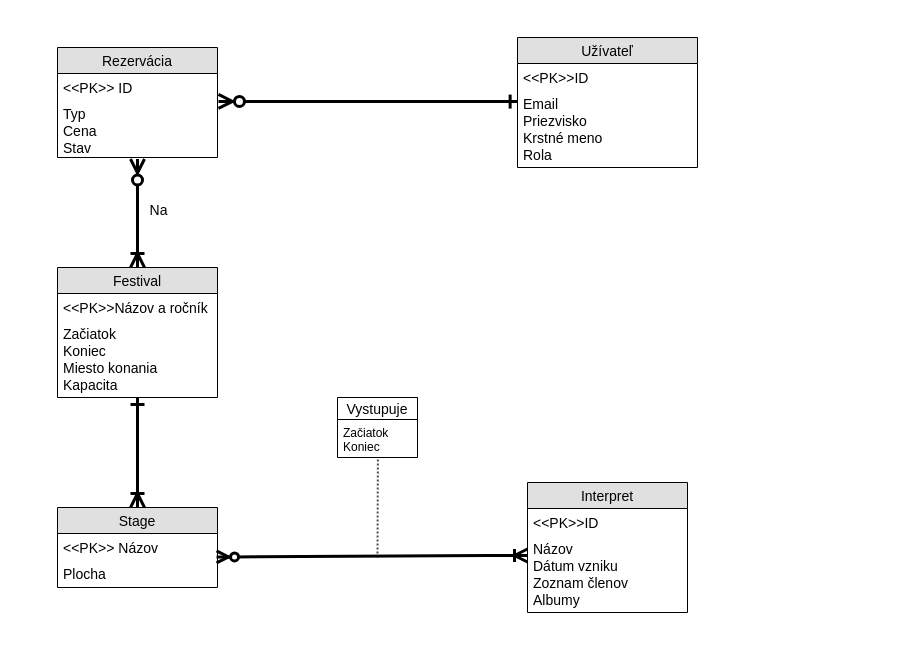
This is IIS ERD.drawio from Sevin556/IIS-Project, a draw.io file, before an edit. Source tidied: cells renumbered, new cells numbered last; positions are measured from the earlier drawing's top-left corner, leaving out a move shared by most shapes. Both pictures are drawn from the tidied source at 100%, with x=0, y=0 at pixel (57, 37).
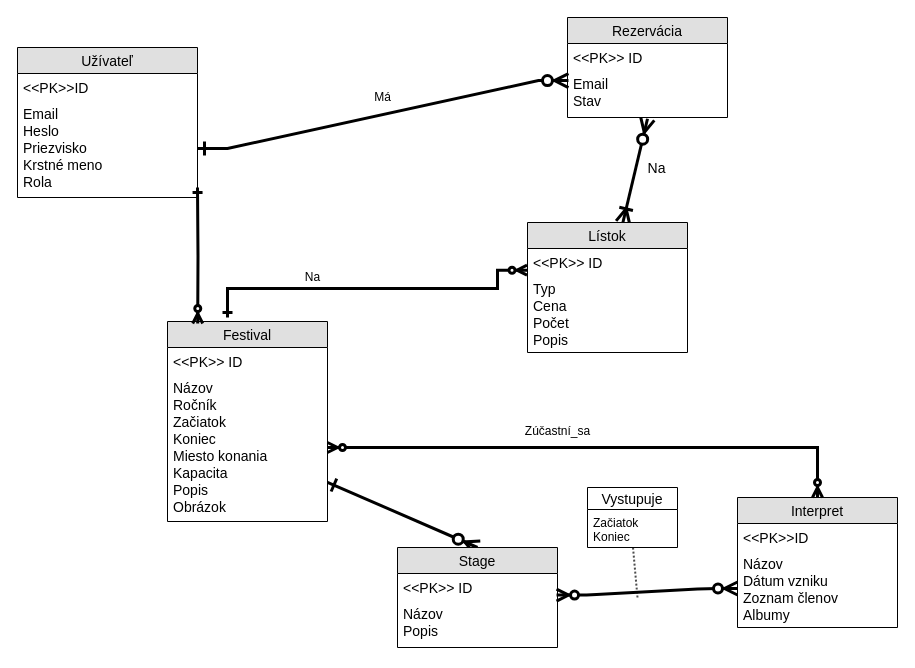
The same page after the edit.

The change refers to these unchanged cells:
```xml
<mxCell id="24" value="Názov&#10;Dátum vzniku&#10;Zoznam členov&#10;Albumy" style="text;strokeColor=none;fillColor=none;spacingLeft=4;spacingRight=4;overflow=hidden;points=[[0,0.5],[1,0.5]];portConstraint=eastwest;fontSize=14;" parent="22" vertex="1">
  <mxGeometry y="52" width="160" height="78" as="geometry" />
</mxCell>
```

What changed in the source:
```diff
@@
-    <mxCell id="2" style="jettySize=auto;html=1;exitX=0.5;exitY=0;exitDx=0;exitDy=0;startArrow=ERoneToMany;startSize=10;endArrow=ERone;endSize=10;strokeWidth=3;fontSize=12;endFill=0;" parent="1" edge="1" source="6" target="21">
+    <mxCell id="2" style="jettySize=auto;html=1;exitX=0.5;exitY=0;exitDx=0;exitDy=0;startArrow=ERzeroToMany;startSize=10;endArrow=ERone;endSize=10;strokeWidth=3;fontSize=12;endFill=0;startFill=1;" parent="1" edge="1" source="6" target="21">
       <mxGeometry relative="1" as="geometry" />
     </mxCell>
-    <mxCell id="3" style="fontSize=12;html=1;endArrow=ERoneToMany;startArrow=ERzeroToMany;strokeWidth=3;endSize=10;startSize=10;entryX=0.5;entryY=0;entryDx=0;entryDy=0;rounded=0;exitX=0.5;exitY=1.026;exitDx=0;exitDy=0;exitPerimeter=0;startFill=1;" parent="1" edge="1" source="12" target="19">
+    <mxCell id="3" style="fontSize=12;html=1;endArrow=ERoneToMany;startArrow=ERzeroToMany;strokeWidth=3;endSize=10;startSize=10;exitX=0.5;exitY=1.026;exitDx=0;exitDy=0;exitPerimeter=0;startFill=1;endFill=0;rounded=0;jumpStyle=none;" parent="1" edge="1" source="12" target="26">
       <mxGeometry relative="1" as="geometry" />
     </mxCell>
@@
     <mxCell id="5" style="rounded=0;jettySize=auto;html=1;startSize=8;endArrow=none;endFill=0;endSize=9;strokeWidth=2;fontSize=14;dashed=1;dashPattern=1 1;strokeColor=#4D4D4D;entryX=0.505;entryY=0.984;entryDx=0;entryDy=0;entryPerimeter=0;" parent="1" edge="1" target="18">
       <mxGeometry relative="1" as="geometry">
-        <mxPoint x="320" y="520" as="sourcePoint" />
+        <mxPoint x="580" y="560" as="sourcePoint" />
       </mxGeometry>
     </mxCell>
     <mxCell id="6" value="Stage" style="swimlane;fontStyle=0;horizontal=1;startSize=26;fillColor=#e0e0e0;swimlaneFillColor=#ffffff;align=center;fontSize=14;" parent="1" vertex="1">
-      <mxGeometry y="470" width="160" height="80" as="geometry" />
+      <mxGeometry x="340" y="510" width="160" height="100" as="geometry" />
     </mxCell>
-    <mxCell id="7" value="&lt;&lt;PK&gt;&gt; Názov" style="text;strokeColor=none;fillColor=none;spacingLeft=4;spacingRight=4;overflow=hidden;fontSize=14;" parent="6" vertex="1">
+    <mxCell id="7" value="&lt;&lt;PK&gt;&gt; ID" style="text;strokeColor=none;fillColor=none;spacingLeft=4;spacingRight=4;overflow=hidden;fontSize=14;" parent="6" vertex="1">
       <mxGeometry y="26" width="160" height="26" as="geometry" />
     </mxCell>
-    <mxCell id="8" value="Plocha" style="text;strokeColor=none;fillColor=none;spacingLeft=4;spacingRight=4;overflow=hidden;points=[[0,0.5],[1,0.5]];portConstraint=eastwest;fontSize=14;" parent="6" vertex="1">
-      <mxGeometry y="52" width="160" height="28" as="geometry" />
+    <mxCell id="8" value="Názov&#10;Popis" style="text;strokeColor=none;fillColor=none;spacingLeft=4;spacingRight=4;overflow=hidden;points=[[0,0.5],[1,0.5]];portConstraint=eastwest;fontSize=14;" parent="6" vertex="1">
+      <mxGeometry y="52" width="160" height="48" as="geometry" />
     </mxCell>
-    <mxCell id="9" style="edgeStyle=entityRelationEdgeStyle;fontSize=12;html=1;endArrow=ERoneToMany;startArrow=ERzeroToMany;strokeWidth=3;endSize=9;startSize=8;exitX=0.994;exitY=-0.092;exitDx=0;exitDy=0;exitPerimeter=0;" parent="1" edge="1" source="8">
-      <mxGeometry relative="1" as="geometry">
-        <mxPoint x="470" y="518" as="targetPoint" />
-      </mxGeometry>
+    <mxCell id="9" style="edgeStyle=entityRelationEdgeStyle;fontSize=12;html=1;endArrow=ERzeroToMany;startArrow=ERzeroToMany;strokeWidth=3;endSize=9;startSize=8;exitX=0.994;exitY=-0.092;exitDx=0;exitDy=0;exitPerimeter=0;endFill=1;" parent="1" edge="1" source="8" target="24">
+      <mxGeometry relative="1" as="geometry" />
     </mxCell>
     <mxCell id="10" value="Rezervácia" style="swimlane;fontStyle=0;horizontal=1;startSize=26;fillColor=#e0e0e0;swimlaneFillColor=#ffffff;align=center;fontSize=14;" parent="1" vertex="1">
-      <mxGeometry y="10" width="160" height="110" as="geometry" />
+      <mxGeometry x="510" y="-20" width="160" height="100" as="geometry" />
     </mxCell>
@@
-    <mxCell id="12" value="Typ&#10;Cena&#10;Stav" style="text;strokeColor=none;fillColor=none;spacingLeft=4;spacingRight=4;overflow=hidden;points=[[0,0.5],[1,0.5]];portConstraint=eastwest;fontSize=14;" parent="10" vertex="1">
-      <mxGeometry y="52" width="160" height="58" as="geometry" />
+    <mxCell id="12" value="Email&#10;Stav" style="text;strokeColor=none;fillColor=none;spacingLeft=4;spacingRight=4;overflow=hidden;points=[[0,0.5],[1,0.5]];portConstraint=eastwest;fontSize=14;" parent="10" vertex="1">
+      <mxGeometry y="52" width="160" height="48" as="geometry" />
     </mxCell>
-    <mxCell id="13" style="edgeStyle=entityRelationEdgeStyle;fontSize=12;html=1;endArrow=ERone;startArrow=ERzeroToMany;strokeWidth=3;exitX=1.006;exitY=0.033;exitDx=0;exitDy=0;endSize=10;startSize=10;exitPerimeter=0;entryX=-0.002;entryY=0.155;entryDx=0;entryDy=0;entryPerimeter=0;endFill=0;" parent="1" edge="1" source="12" target="16">
+    <mxCell id="13" style="edgeStyle=entityRelationEdgeStyle;fontSize=12;html=1;endArrow=ERone;startArrow=ERzeroToMany;strokeWidth=3;endSize=10;startSize=10;endFill=0;rounded=0;exitX=0.006;exitY=0.231;exitDx=0;exitDy=0;exitPerimeter=0;" parent="1" edge="1" source="12" target="16">
       <mxGeometry relative="1" as="geometry" />
     </mxCell>
     <mxCell id="14" value="Užívateľ" style="swimlane;fontStyle=0;horizontal=1;startSize=26;fillColor=#e0e0e0;swimlaneFillColor=#ffffff;align=center;fontSize=14;" parent="1" vertex="1">
-      <mxGeometry x="460" width="180" height="130" as="geometry" />
+      <mxGeometry x="-40" y="10" width="180" height="150" as="geometry" />
     </mxCell>
@@
-    <mxCell id="16" value="Email&#10;Priezvisko&#10;Krstné meno&#10;Rola&#10;" style="text;strokeColor=none;fillColor=none;spacingLeft=4;spacingRight=4;overflow=hidden;points=[[0,0.5],[1,0.5]];portConstraint=eastwest;fontSize=14;" parent="14" vertex="1">
-      <mxGeometry y="52" width="180" height="78" as="geometry" />
+    <mxCell id="16" value="Email&#10;Heslo&#10;Priezvisko&#10;Krstné meno&#10;Rola&#10;" style="text;strokeColor=none;fillColor=none;spacingLeft=4;spacingRight=4;overflow=hidden;points=[[0,0.5],[1,0.5]];portConstraint=eastwest;fontSize=14;" parent="14" vertex="1">
+      <mxGeometry y="52" width="180" height="98" as="geometry" />
     </mxCell>
     <mxCell id="17" value="Vystupuje" style="swimlane;fontStyle=0;horizontal=1;startSize=22;fillColor=none;swimlaneFillColor=#ffffff;align=center;fontSize=14;" parent="1" vertex="1">
-      <mxGeometry x="280" y="360" width="80" height="60" as="geometry" />
+      <mxGeometry x="530" y="450" width="90" height="60" as="geometry" />
     </mxCell>
     <mxCell id="18" value="Začiatok&#10;Koniec" style="text;strokeColor=none;fillColor=none;spacingLeft=4;spacingRight=4;overflow=hidden;points=[[0,0.5],[1,0.5]];portConstraint=eastwest;fontSize=12;" parent="17" vertex="1">
-      <mxGeometry y="22" width="80" height="38" as="geometry" />
+      <mxGeometry y="22" width="90" height="38" as="geometry" />
     </mxCell>
     <mxCell id="19" value="Festival" style="swimlane;fontStyle=0;horizontal=1;startSize=26;fillColor=#e0e0e0;swimlaneFillColor=#ffffff;align=center;fontSize=14;" parent="1" vertex="1">
-      <mxGeometry y="230" width="160" height="130" as="geometry" />
+      <mxGeometry x="110" y="284" width="160" height="200" as="geometry" />
     </mxCell>
-    <mxCell id="20" value="&lt;&lt;PK&gt;&gt;Názov a ročník" style="text;strokeColor=none;fillColor=none;spacingLeft=4;spacingRight=4;overflow=hidden;fontSize=14;" parent="19" vertex="1">
+    <mxCell id="20" value="&lt;&lt;PK&gt;&gt; ID" style="text;strokeColor=none;fillColor=none;spacingLeft=4;spacingRight=4;overflow=hidden;fontSize=14;" parent="19" vertex="1">
       <mxGeometry y="26" width="160" height="26" as="geometry" />
     </mxCell>
-    <mxCell id="21" value="Začiatok&#10;Koniec&#10;Miesto konania&#10;Kapacita" style="text;strokeColor=none;fillColor=none;spacingLeft=4;spacingRight=4;overflow=hidden;points=[[0,0.5],[1,0.5]];portConstraint=eastwest;fontSize=14;" parent="19" vertex="1">
-      <mxGeometry y="52" width="160" height="78" as="geometry" />
+    <mxCell id="21" value="Názov&#10;Ročník&#10;Začiatok&#10;Koniec&#10;Miesto konania&#10;Kapacita&#10;Popis&#10;Obrázok" style="text;strokeColor=none;fillColor=none;spacingLeft=4;spacingRight=4;overflow=hidden;points=[[0,0.5],[1,0.5]];portConstraint=eastwest;fontSize=14;" parent="19" vertex="1">
+      <mxGeometry y="52" width="160" height="148" as="geometry" />
     </mxCell>
     <mxCell id="22" value="Interpret" style="swimlane;fontStyle=0;horizontal=1;startSize=26;fillColor=#e0e0e0;swimlaneFillColor=#ffffff;align=center;fontSize=14;" parent="1" vertex="1">
-      <mxGeometry x="470" y="445" width="160" height="130" as="geometry" />
+      <mxGeometry x="680" y="460" width="160" height="130" as="geometry" />
     </mxCell>
@@
+    <mxCell id="25" value="Má" style="text;html=1;align=center;verticalAlign=middle;" parent="1" vertex="1">
+      <mxGeometry x="310" y="50" width="30" height="20" as="geometry" />
+    </mxCell>
+    <mxCell id="26" value="Lístok" style="swimlane;fontStyle=0;horizontal=1;startSize=26;fillColor=#e0e0e0;swimlaneFillColor=#ffffff;align=center;fontSize=14;" parent="1" vertex="1">
+      <mxGeometry x="470" y="185" width="160" height="130" as="geometry" />
+    </mxCell>
+    <mxCell id="27" value="&lt;&lt;PK&gt;&gt; ID" style="text;strokeColor=none;fillColor=none;spacingLeft=4;spacingRight=4;overflow=hidden;points=[[0,0.5],[1,0.5]];portConstraint=eastwest;fontSize=14;" parent="26" vertex="1">
+      <mxGeometry y="26" width="160" height="26" as="geometry" />
+    </mxCell>
+    <mxCell id="28" value="Typ&#10;Cena&#10;Počet&#10;Popis" style="text;strokeColor=none;fillColor=none;spacingLeft=4;spacingRight=4;overflow=hidden;fontSize=14;" parent="26" vertex="1">
+      <mxGeometry y="52" width="160" height="78" as="geometry" />
+    </mxCell>
+    <mxCell id="29" style="edgeStyle=orthogonalEdgeStyle;rounded=0;jettySize=auto;html=1;endArrow=ERone;endFill=0;strokeWidth=3;startArrow=ERzeroToMany;startFill=1;exitX=-0.003;exitY=0.835;exitDx=0;exitDy=0;exitPerimeter=0;" parent="1" edge="1" source="27">
+      <mxGeometry relative="1" as="geometry">
+        <mxPoint x="170" y="280" as="targetPoint" />
+        <Array as="points">
+          <mxPoint x="440" y="233" />
+          <mxPoint x="440" y="251" />
+          <mxPoint x="170" y="251" />
+        </Array>
+      </mxGeometry>
+    </mxCell>
+    <mxCell id="30" style="edgeStyle=orthogonalEdgeStyle;rounded=0;jettySize=auto;html=1;exitX=1;exitY=0.5;exitDx=0;exitDy=0;entryX=0.5;entryY=0;entryDx=0;entryDy=0;startArrow=ERzeroToMany;startFill=1;endArrow=ERzeroToMany;endFill=1;strokeWidth=3;" parent="1" edge="1" source="21" target="22">
+      <mxGeometry relative="1" as="geometry" />
+    </mxCell>
+    <mxCell id="31" value="Na" style="text;html=1;align=center;verticalAlign=middle;" parent="1" vertex="1">
+      <mxGeometry x="240" y="230" width="30" height="20" as="geometry" />
+    </mxCell>
+    <mxCell id="32" value="Zúčastní_sa" style="text;html=1;align=center;verticalAlign=middle;" parent="1" vertex="1">
+      <mxGeometry x="460" y="384" width="80" height="20" as="geometry" />
+    </mxCell>
+    <mxCell id="33" style="edgeStyle=orthogonalEdgeStyle;rounded=0;jumpStyle=none;orthogonalLoop=1;jettySize=auto;html=1;startArrow=ERone;startFill=0;endArrow=ERzeroToMany;endFill=1;strokeWidth=3;" parent="1" edge="1">
+      <mxGeometry relative="1" as="geometry">
+        <mxPoint x="140" y="150" as="sourcePoint" />
+        <mxPoint x="140.2" y="286" as="targetPoint" />
+      </mxGeometry>
+    </mxCell>
```
